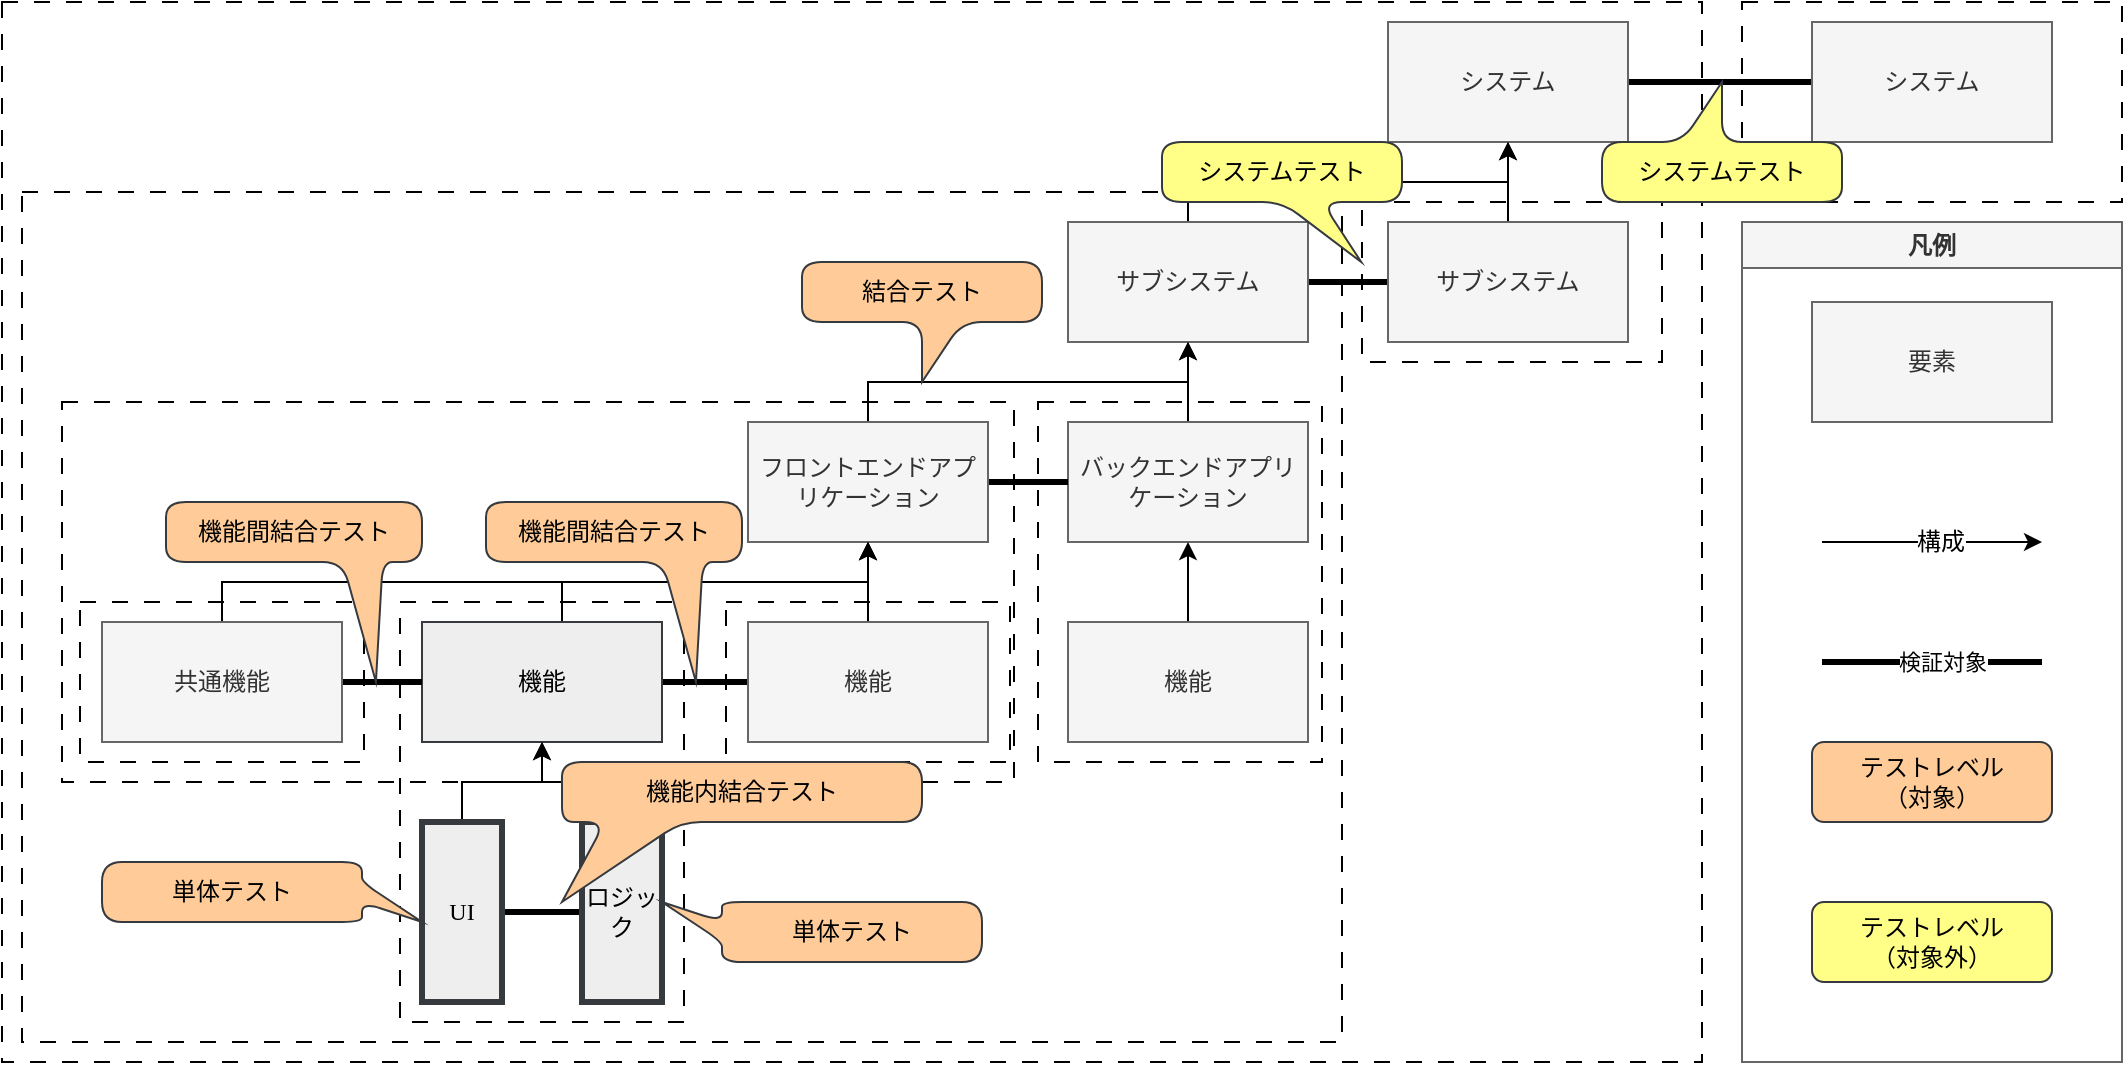
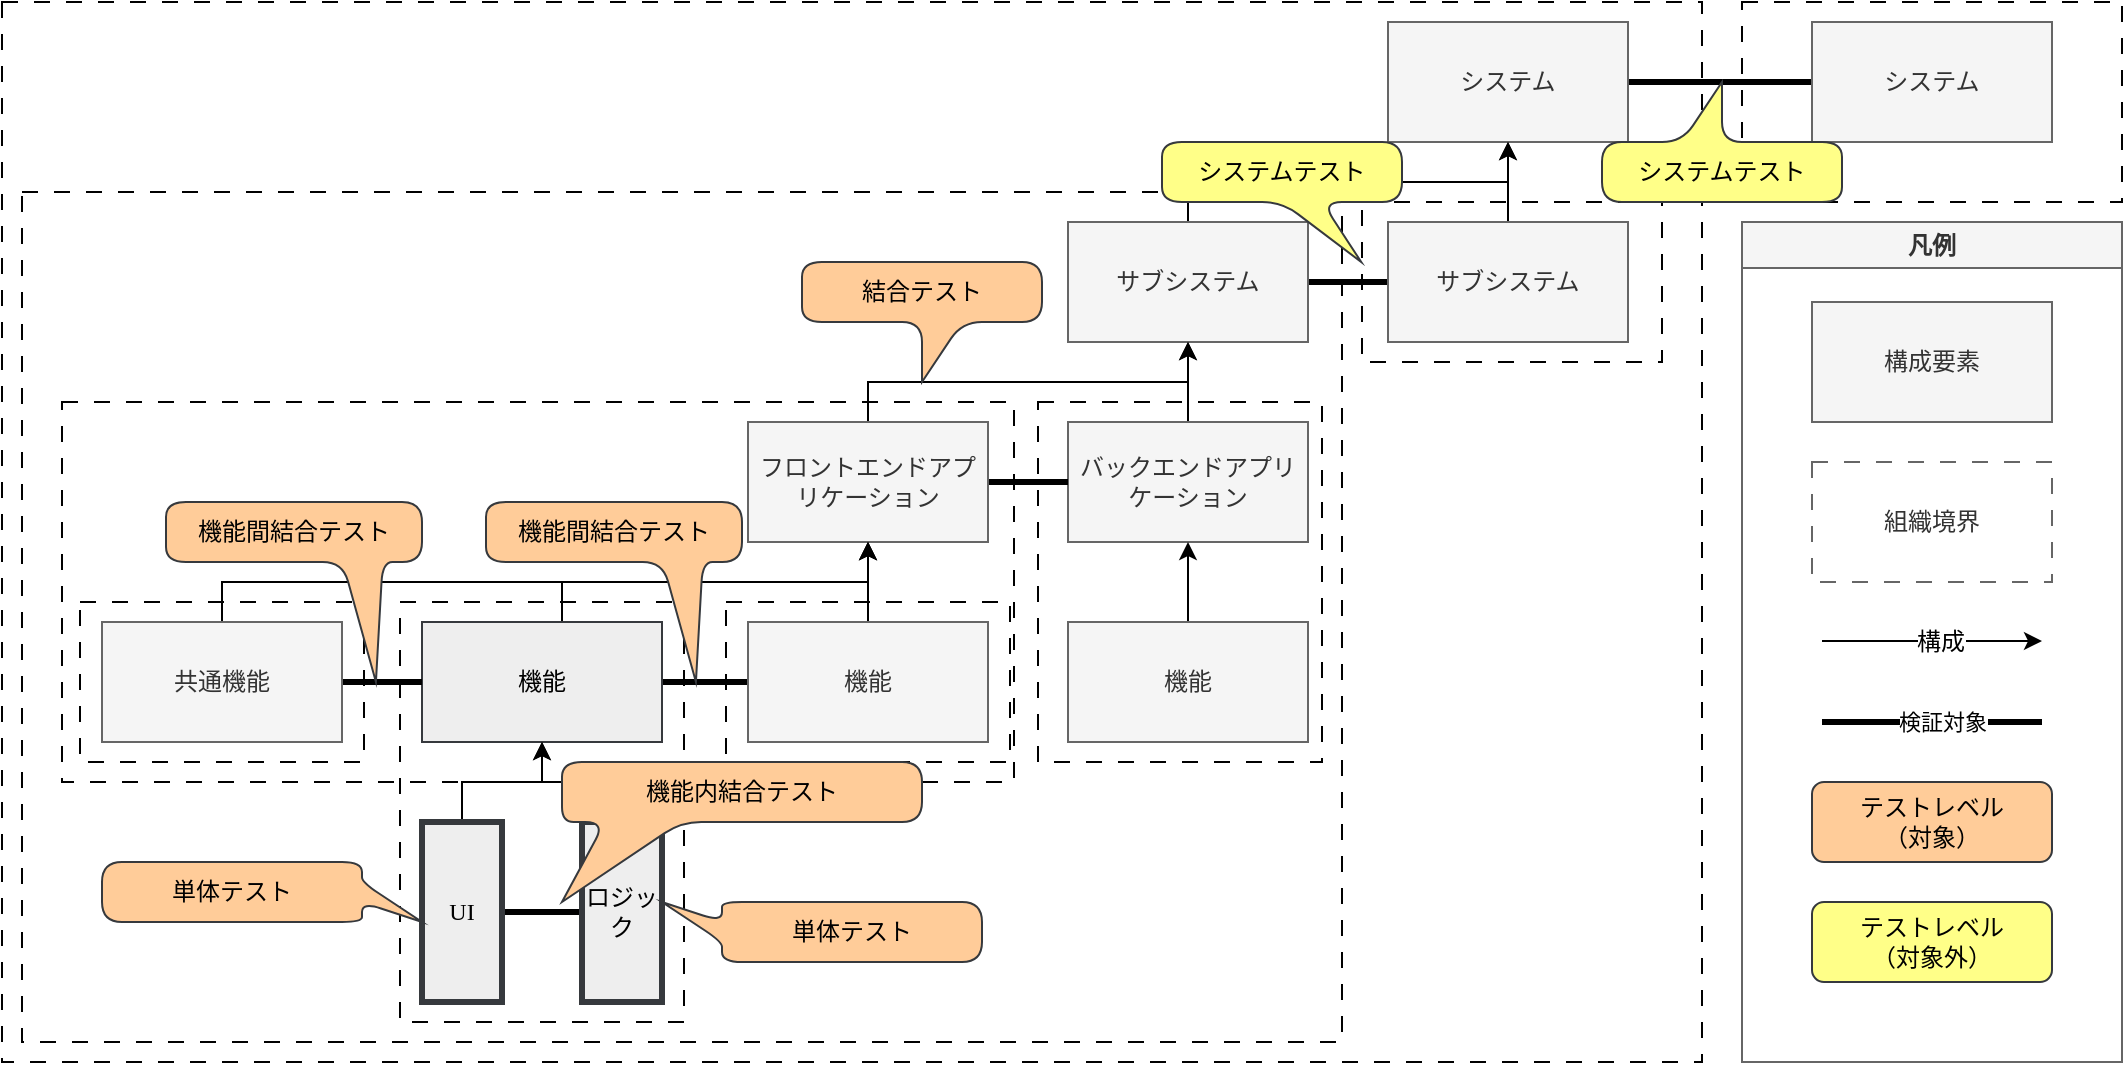
<mxfile host="Electron" agent="Mozilla/5.0 (Windows NT 10.0; Win64; x64) AppleWebKit/537.36 (KHTML, like Gecko) draw.io/29.5.2 Chrome/142.0.7444.265 Electron/39.6.1 Safari/537.36" version="29.5.2">
  <diagram id="9fsTeF4ITkh9o2sTgAOG" name="ページ-2">
    <mxGraphModel dx="2696" dy="722" grid="1" gridSize="10" guides="1" tooltips="1" connect="1" arrows="1" fold="1" page="1" pageScale="1" pageWidth="827" pageHeight="1169" math="0" shadow="0">
      <root>
        <mxCell id="0" />
        <mxCell id="1" parent="0" />
        <mxCell id="c6-5x_IzhyN4YmMmdY-5-36" parent="1" style="rounded=0;whiteSpace=wrap;html=1;dashed=1;dashPattern=8 8;fontFamily=Noto Sans JP;fillColor=none;" value="" vertex="1">
          <mxGeometry height="190" width="476" x="-940" y="270" as="geometry" />
        </mxCell>
        <mxCell id="c6-5x_IzhyN4YmMmdY-5-17" parent="1" style="rounded=0;whiteSpace=wrap;html=1;dashed=1;dashPattern=8 8;fontFamily=Noto Sans JP;fillColor=none;" value="" vertex="1">
          <mxGeometry height="530" width="850" x="-970" y="70" as="geometry" />
        </mxCell>
        <mxCell id="c6-5x_IzhyN4YmMmdY-5-22" parent="1" style="rounded=0;whiteSpace=wrap;html=1;dashed=1;dashPattern=8 8;fontFamily=Noto Sans JP;fillColor=none;" value="" vertex="1">
          <mxGeometry height="425" width="660" x="-960" y="165" as="geometry" />
        </mxCell>
        <mxCell id="c6-5x_IzhyN4YmMmdY-5-35" parent="1" style="rounded=0;whiteSpace=wrap;html=1;dashed=1;dashPattern=8 8;fontFamily=Noto Sans JP;fillColor=none;" value="" vertex="1">
          <mxGeometry height="80" width="142" x="-931" y="370" as="geometry" />
        </mxCell>
        <mxCell id="c6-5x_IzhyN4YmMmdY-5-34" parent="1" style="rounded=0;whiteSpace=wrap;html=1;dashed=1;dashPattern=8 8;fontFamily=Noto Sans JP;fillColor=none;" value="" vertex="1">
          <mxGeometry height="210" width="142" x="-771" y="370" as="geometry" />
        </mxCell>
        <mxCell id="c6-5x_IzhyN4YmMmdY-5-33" parent="1" style="rounded=0;whiteSpace=wrap;html=1;dashed=1;dashPattern=8 8;fontFamily=Noto Sans JP;fillColor=none;" value="" vertex="1">
          <mxGeometry height="80" width="142" x="-608" y="370" as="geometry" />
        </mxCell>
        <mxCell id="c6-5x_IzhyN4YmMmdY-5-32" parent="1" style="rounded=0;whiteSpace=wrap;html=1;dashed=1;dashPattern=8 8;fontFamily=Noto Sans JP;fillColor=none;" value="" vertex="1">
          <mxGeometry height="180" width="142" x="-452" y="270" as="geometry" />
        </mxCell>
        <mxCell id="c6-5x_IzhyN4YmMmdY-5-21" parent="1" style="rounded=0;whiteSpace=wrap;html=1;dashed=1;dashPattern=8 8;fontFamily=Noto Sans JP;fillColor=none;" value="" vertex="1">
          <mxGeometry height="80" width="150" x="-290" y="170" as="geometry" />
        </mxCell>
        <mxCell id="c6-5x_IzhyN4YmMmdY-5-19" parent="1" style="rounded=0;whiteSpace=wrap;html=1;dashed=1;dashPattern=8 8;fontFamily=Noto Sans JP;fillColor=none;" value="" vertex="1">
          <mxGeometry height="100" width="190" x="-100" y="70" as="geometry" />
        </mxCell>
        <mxCell id="c6-5x_IzhyN4YmMmdY-5-42" edge="1" parent="1" source="c6-5x_IzhyN4YmMmdY-5-1" style="edgeStyle=orthogonalEdgeStyle;rounded=0;orthogonalLoop=1;jettySize=auto;html=1;strokeWidth=3;endArrow=none;endFill=0;" target="c6-5x_IzhyN4YmMmdY-5-18">
          <mxGeometry relative="1" as="geometry" />
        </mxCell>
        <mxCell id="c6-5x_IzhyN4YmMmdY-5-1" parent="1" style="rounded=0;whiteSpace=wrap;html=1;fillColor=#f5f5f5;fontColor=#333333;strokeColor=#666666;" value="&lt;font face=&quot;Noto Sans JP&quot;&gt;システム&lt;/font&gt;" vertex="1">
          <mxGeometry height="60" width="120" x="-277" y="80" as="geometry" />
        </mxCell>
        <mxCell id="c6-5x_IzhyN4YmMmdY-5-4" edge="1" parent="1" source="c6-5x_IzhyN4YmMmdY-5-2" style="edgeStyle=orthogonalEdgeStyle;rounded=0;orthogonalLoop=1;jettySize=auto;html=1;exitX=0.5;exitY=0;exitDx=0;exitDy=0;">
          <mxGeometry relative="1" as="geometry">
            <Array as="points">
              <mxPoint x="-377" y="160" />
              <mxPoint x="-217" y="160" />
            </Array>
            <mxPoint x="-317" y="160" as="sourcePoint" />
            <mxPoint x="-217" y="140" as="targetPoint" />
          </mxGeometry>
        </mxCell>
        <mxCell id="c6-5x_IzhyN4YmMmdY-5-38" edge="1" parent="1" source="c6-5x_IzhyN4YmMmdY-5-2" style="edgeStyle=orthogonalEdgeStyle;rounded=0;orthogonalLoop=1;jettySize=auto;html=1;strokeWidth=3;endArrow=none;endFill=0;" target="c6-5x_IzhyN4YmMmdY-5-3">
          <mxGeometry relative="1" as="geometry" />
        </mxCell>
        <mxCell id="c6-5x_IzhyN4YmMmdY-5-2" parent="1" style="rounded=0;whiteSpace=wrap;html=1;fillColor=#f5f5f5;fontColor=#333333;strokeColor=#666666;" value="&lt;font face=&quot;Noto Sans JP&quot;&gt;サブシステム&lt;/font&gt;" vertex="1">
          <mxGeometry height="60" width="120" x="-437" y="180" as="geometry" />
        </mxCell>
        <mxCell id="c6-5x_IzhyN4YmMmdY-5-5" edge="1" parent="1" source="c6-5x_IzhyN4YmMmdY-5-3" style="edgeStyle=orthogonalEdgeStyle;rounded=0;orthogonalLoop=1;jettySize=auto;html=1;">
          <mxGeometry relative="1" as="geometry">
            <mxPoint x="-217" y="140" as="targetPoint" />
          </mxGeometry>
        </mxCell>
        <mxCell id="c6-5x_IzhyN4YmMmdY-5-3" parent="1" style="rounded=0;whiteSpace=wrap;html=1;fillColor=#f5f5f5;fontColor=#333333;strokeColor=#666666;" value="&lt;font face=&quot;Noto Sans JP&quot;&gt;サブシステム&lt;/font&gt;" vertex="1">
          <mxGeometry height="60" width="120" x="-277" y="180" as="geometry" />
        </mxCell>
        <mxCell id="c6-5x_IzhyN4YmMmdY-5-11" edge="1" parent="1" source="c6-5x_IzhyN4YmMmdY-5-6" style="edgeStyle=orthogonalEdgeStyle;rounded=0;orthogonalLoop=1;jettySize=auto;html=1;">
          <mxGeometry relative="1" as="geometry">
            <mxPoint x="-377" y="240" as="targetPoint" />
          </mxGeometry>
        </mxCell>
        <mxCell id="c6-5x_IzhyN4YmMmdY-5-6" parent="1" style="rounded=0;whiteSpace=wrap;html=1;fillColor=#f5f5f5;fontColor=#333333;strokeColor=#666666;" value="&lt;font face=&quot;Noto Sans JP&quot;&gt;バックエンドアプリケーション&lt;/font&gt;" vertex="1">
          <mxGeometry height="60" width="120" x="-437" y="280" as="geometry" />
        </mxCell>
        <mxCell id="c6-5x_IzhyN4YmMmdY-5-10" edge="1" parent="1" source="c6-5x_IzhyN4YmMmdY-5-7" style="edgeStyle=orthogonalEdgeStyle;rounded=0;orthogonalLoop=1;jettySize=auto;html=1;entryX=0.5;entryY=1;entryDx=0;entryDy=0;" target="c6-5x_IzhyN4YmMmdY-5-2">
          <mxGeometry relative="1" as="geometry">
            <Array as="points">
              <mxPoint x="-537" y="260" />
              <mxPoint x="-377" y="260" />
            </Array>
          </mxGeometry>
        </mxCell>
        <mxCell id="c6-5x_IzhyN4YmMmdY-5-39" edge="1" parent="1" source="c6-5x_IzhyN4YmMmdY-5-7" style="edgeStyle=orthogonalEdgeStyle;rounded=0;orthogonalLoop=1;jettySize=auto;html=1;strokeWidth=3;endArrow=none;endFill=0;" target="c6-5x_IzhyN4YmMmdY-5-6">
          <mxGeometry relative="1" as="geometry" />
        </mxCell>
        <mxCell id="c6-5x_IzhyN4YmMmdY-5-7" parent="1" style="rounded=0;whiteSpace=wrap;html=1;fillColor=#f5f5f5;fontColor=#333333;strokeColor=#666666;" value="&lt;font face=&quot;Noto Sans JP&quot;&gt;フロントエンドアプリケーション&lt;/font&gt;" vertex="1">
          <mxGeometry height="60" width="120" x="-597" y="280" as="geometry" />
        </mxCell>
        <mxCell id="c6-5x_IzhyN4YmMmdY-5-24" edge="1" parent="1" source="c6-5x_IzhyN4YmMmdY-5-8" style="edgeStyle=orthogonalEdgeStyle;rounded=0;orthogonalLoop=1;jettySize=auto;html=1;exitX=0.5;exitY=0;exitDx=0;exitDy=0;">
          <mxGeometry relative="1" as="geometry">
            <Array as="points">
              <mxPoint x="-690" y="360" />
              <mxPoint x="-537" y="360" />
            </Array>
            <mxPoint x="-630" y="360" as="sourcePoint" />
            <mxPoint x="-537" y="340" as="targetPoint" />
          </mxGeometry>
        </mxCell>
        <mxCell id="c6-5x_IzhyN4YmMmdY-5-40" edge="1" parent="1" source="c6-5x_IzhyN4YmMmdY-5-8" style="edgeStyle=orthogonalEdgeStyle;rounded=0;orthogonalLoop=1;jettySize=auto;html=1;endArrow=none;endFill=0;strokeWidth=3;" target="c6-5x_IzhyN4YmMmdY-5-9">
          <mxGeometry relative="1" as="geometry" />
        </mxCell>
        <mxCell id="c6-5x_IzhyN4YmMmdY-5-8" parent="1" style="rounded=0;whiteSpace=wrap;html=1;fillColor=#eeeeee;strokeColor=#36393d;strokeWidth=1;" value="&lt;font face=&quot;Noto Sans JP&quot;&gt;機能&lt;/font&gt;" vertex="1">
          <mxGeometry height="60" width="120" x="-760" y="380" as="geometry" />
        </mxCell>
        <mxCell id="c6-5x_IzhyN4YmMmdY-5-23" edge="1" parent="1" source="c6-5x_IzhyN4YmMmdY-5-9" style="edgeStyle=orthogonalEdgeStyle;rounded=0;orthogonalLoop=1;jettySize=auto;html=1;entryX=0.5;entryY=1;entryDx=0;entryDy=0;" target="c6-5x_IzhyN4YmMmdY-5-7">
          <mxGeometry relative="1" as="geometry" />
        </mxCell>
        <mxCell id="c6-5x_IzhyN4YmMmdY-5-9" parent="1" style="rounded=0;whiteSpace=wrap;html=1;fillColor=#f5f5f5;fontColor=#333333;strokeColor=#666666;" value="&lt;font face=&quot;Noto Sans JP&quot;&gt;機能&lt;/font&gt;" vertex="1">
          <mxGeometry height="60" width="120" x="-597" y="380" as="geometry" />
        </mxCell>
        <mxCell id="c6-5x_IzhyN4YmMmdY-5-25" edge="1" parent="1" source="c6-5x_IzhyN4YmMmdY-5-12" style="edgeStyle=orthogonalEdgeStyle;rounded=0;orthogonalLoop=1;jettySize=auto;html=1;entryX=0.5;entryY=1;entryDx=0;entryDy=0;exitX=0.5;exitY=0;exitDx=0;exitDy=0;" target="c6-5x_IzhyN4YmMmdY-5-7">
          <mxGeometry relative="1" as="geometry">
            <Array as="points">
              <mxPoint x="-860" y="360" />
              <mxPoint x="-537" y="360" />
            </Array>
          </mxGeometry>
        </mxCell>
        <mxCell id="c6-5x_IzhyN4YmMmdY-5-41" edge="1" parent="1" source="c6-5x_IzhyN4YmMmdY-5-12" style="edgeStyle=orthogonalEdgeStyle;rounded=0;orthogonalLoop=1;jettySize=auto;html=1;strokeWidth=3;endArrow=none;endFill=0;" target="c6-5x_IzhyN4YmMmdY-5-8">
          <mxGeometry relative="1" as="geometry" />
        </mxCell>
        <mxCell id="c6-5x_IzhyN4YmMmdY-5-12" parent="1" style="rounded=0;whiteSpace=wrap;html=1;fillColor=#f5f5f5;fontColor=#333333;strokeColor=#666666;" value="&lt;font face=&quot;Noto Sans JP&quot;&gt;共通機能&lt;/font&gt;" vertex="1">
          <mxGeometry height="60" width="120" x="-920" y="380" as="geometry" />
        </mxCell>
        <mxCell id="c6-5x_IzhyN4YmMmdY-5-18" parent="1" style="rounded=0;whiteSpace=wrap;html=1;fillColor=#f5f5f5;fontColor=#333333;strokeColor=#666666;" value="&lt;font face=&quot;Noto Sans JP&quot;&gt;システム&lt;/font&gt;" vertex="1">
          <mxGeometry height="60" width="120" x="-65" y="80" as="geometry" />
        </mxCell>
        <mxCell id="c6-5x_IzhyN4YmMmdY-5-27" edge="1" parent="1" source="c6-5x_IzhyN4YmMmdY-5-26" style="edgeStyle=orthogonalEdgeStyle;rounded=0;orthogonalLoop=1;jettySize=auto;html=1;entryX=0.5;entryY=1;entryDx=0;entryDy=0;" target="c6-5x_IzhyN4YmMmdY-5-6">
          <mxGeometry relative="1" as="geometry" />
        </mxCell>
        <mxCell id="c6-5x_IzhyN4YmMmdY-5-26" parent="1" style="rounded=0;whiteSpace=wrap;html=1;fillColor=#f5f5f5;fontColor=#333333;strokeColor=#666666;" value="&lt;font face=&quot;Noto Sans JP&quot;&gt;機能&lt;/font&gt;" vertex="1">
          <mxGeometry height="60" width="120" x="-437" y="380" as="geometry" />
        </mxCell>
        <mxCell id="c6-5x_IzhyN4YmMmdY-5-44" parent="1" style="shape=callout;whiteSpace=wrap;html=1;perimeter=calloutPerimeter;fillColor=#ffcc99;strokeColor=#36393d;fontFamily=Noto Sans JP;rounded=1;" value="結合テスト" vertex="1">
          <mxGeometry height="60" width="120" x="-570" y="200" as="geometry" />
        </mxCell>
        <mxCell id="c6-5x_IzhyN4YmMmdY-5-46" parent="1" style="shape=callout;whiteSpace=wrap;html=1;perimeter=calloutPerimeter;fillColor=#ffcc99;strokeColor=#36393d;fontFamily=Noto Sans JP;position2=0.82;base=20;size=60;position=0.69;rounded=1;" value="機能間結合テスト" vertex="1">
          <mxGeometry height="90" width="128" x="-728" y="320" as="geometry" />
        </mxCell>
        <mxCell id="c6-5x_IzhyN4YmMmdY-5-52" edge="1" parent="1" source="c6-5x_IzhyN4YmMmdY-5-47" style="edgeStyle=orthogonalEdgeStyle;rounded=0;orthogonalLoop=1;jettySize=auto;html=1;strokeWidth=3;endArrow=none;endFill=0;" target="c6-5x_IzhyN4YmMmdY-5-48">
          <mxGeometry relative="1" as="geometry" />
        </mxCell>
        <mxCell id="c6-5x_IzhyN4YmMmdY-5-58" edge="1" parent="1" source="c6-5x_IzhyN4YmMmdY-5-47" style="edgeStyle=orthogonalEdgeStyle;rounded=0;orthogonalLoop=1;jettySize=auto;html=1;entryX=0.5;entryY=1;entryDx=0;entryDy=0;" target="c6-5x_IzhyN4YmMmdY-5-8">
          <mxGeometry relative="1" as="geometry" />
        </mxCell>
        <mxCell id="c6-5x_IzhyN4YmMmdY-5-47" parent="1" style="rounded=0;whiteSpace=wrap;html=1;fillColor=#eeeeee;strokeColor=#36393d;strokeWidth=3;" value="&lt;font face=&quot;Noto Sans JP&quot;&gt;UI&lt;/font&gt;" vertex="1">
          <mxGeometry height="90" width="40" x="-760" y="480" as="geometry" />
        </mxCell>
        <mxCell id="c6-5x_IzhyN4YmMmdY-5-59" edge="1" parent="1" source="c6-5x_IzhyN4YmMmdY-5-48" style="edgeStyle=orthogonalEdgeStyle;rounded=0;orthogonalLoop=1;jettySize=auto;html=1;entryX=0.5;entryY=1;entryDx=0;entryDy=0;" target="c6-5x_IzhyN4YmMmdY-5-8">
          <mxGeometry relative="1" as="geometry" />
        </mxCell>
        <mxCell id="c6-5x_IzhyN4YmMmdY-5-48" parent="1" style="rounded=0;whiteSpace=wrap;html=1;fillColor=#eeeeee;strokeColor=#36393d;strokeWidth=3;arcSize=45;" value="&lt;font face=&quot;Noto Sans JP&quot;&gt;ロジック&lt;/font&gt;" vertex="1">
          <mxGeometry height="90" width="40" x="-680" y="480" as="geometry" />
        </mxCell>
        <mxCell id="c6-5x_IzhyN4YmMmdY-5-57" parent="1" style="shape=callout;whiteSpace=wrap;html=1;perimeter=calloutPerimeter;fillColor=#ffcc99;strokeColor=#36393d;fontFamily=Noto Sans JP;position2=0.82;base=20;size=60;position=0.69;rounded=1;" value="機能間結合テスト" vertex="1">
          <mxGeometry height="90" width="128" x="-888" y="320" as="geometry" />
        </mxCell>
        <mxCell id="c6-5x_IzhyN4YmMmdY-5-45" parent="1" style="shape=callout;whiteSpace=wrap;html=1;perimeter=calloutPerimeter;fillColor=#ffcc99;strokeColor=#36393d;fontFamily=Noto Sans JP;position2=0;size=40;position=0.12;base=38;rounded=1;" value="機能内結合テスト" vertex="1">
          <mxGeometry height="70" width="180" x="-690" y="450" as="geometry" />
        </mxCell>
        <mxCell id="c6-5x_IzhyN4YmMmdY-5-60" parent="1" style="shape=callout;whiteSpace=wrap;html=1;perimeter=calloutPerimeter;fillColor=#ffcc99;strokeColor=#36393d;fontFamily=Noto Sans JP;position2=0;size=30;position=0.33;base=10;direction=south;rounded=1;" value="単体テスト" vertex="1">
          <mxGeometry height="30" width="160" x="-640" y="520" as="geometry" />
        </mxCell>
        <mxCell id="c6-5x_IzhyN4YmMmdY-5-61" parent="1" style="shape=callout;whiteSpace=wrap;html=1;perimeter=calloutPerimeter;fillColor=#ffcc99;strokeColor=#36393d;fontFamily=Noto Sans JP;position2=0;size=30;position=0.33;base=10;direction=north;rounded=1;" value="単体テスト" vertex="1">
          <mxGeometry height="30" width="160" x="-920" y="500" as="geometry" />
        </mxCell>
        <mxCell id="c6-5x_IzhyN4YmMmdY-5-62" parent="1" style="swimlane;whiteSpace=wrap;html=1;fillColor=#f5f5f5;fontColor=#333333;strokeColor=#666666;startSize=23;" value="凡例" vertex="1">
          <mxGeometry height="420" width="190" x="-100" y="180" as="geometry" />
        </mxCell>
-         <mxCell id="c6-5x_IzhyN4YmMmdY-5-72" parent="c6-5x_IzhyN4YmMmdY-5-62" style="rounded=0;whiteSpace=wrap;html=1;fillColor=#f5f5f5;fontColor=#333333;strokeColor=#666666;" value="&lt;font face=&quot;Noto Sans JP&quot;&gt;要素&lt;/font&gt;" vertex="1">
+         <mxCell id="c6-5x_IzhyN4YmMmdY-5-72" parent="c6-5x_IzhyN4YmMmdY-5-62" style="rounded=0;whiteSpace=wrap;html=1;fillColor=#f5f5f5;fontColor=#333333;strokeColor=#666666;" value="&lt;font face=&quot;Noto Sans JP&quot;&gt;構成要素&lt;/font&gt;" vertex="1">
          <mxGeometry height="60" width="120" x="35" y="40" as="geometry" />
        </mxCell>
        <mxCell id="c6-5x_IzhyN4YmMmdY-5-76" edge="1" parent="c6-5x_IzhyN4YmMmdY-5-62" style="endArrow=classic;html=1;rounded=0;" value="">
          <mxGeometry height="50" relative="1" width="50" as="geometry">
-             <mxPoint x="40" y="160" as="sourcePoint" />
-             <mxPoint x="150" y="160" as="targetPoint" />
+             <mxPoint x="40" y="209.5" as="sourcePoint" />
+             <mxPoint x="150" y="209.5" as="targetPoint" />
          </mxGeometry>
        </mxCell>
        <mxCell id="c6-5x_IzhyN4YmMmdY-5-77" connectable="0" parent="c6-5x_IzhyN4YmMmdY-5-76" style="edgeLabel;html=1;align=center;verticalAlign=middle;resizable=0;points=[];" value="&lt;font face=&quot;Noto Sans JP&quot; style=&quot;font-size: 12px;&quot;&gt;構成&lt;/font&gt;" vertex="1">
          <mxGeometry relative="1" x="0.0655" as="geometry">
            <mxPoint as="offset" />
          </mxGeometry>
        </mxCell>
        <mxCell id="c6-5x_IzhyN4YmMmdY-5-78" edge="1" parent="c6-5x_IzhyN4YmMmdY-5-62" style="endArrow=none;html=1;rounded=0;strokeWidth=3;endFill=0;" value="">
          <mxGeometry height="50" relative="1" width="50" as="geometry">
-             <mxPoint x="40" y="220" as="sourcePoint" />
-             <mxPoint x="150" y="220" as="targetPoint" />
+             <mxPoint x="40" y="250" as="sourcePoint" />
+             <mxPoint x="150" y="250" as="targetPoint" />
          </mxGeometry>
        </mxCell>
        <mxCell id="c6-5x_IzhyN4YmMmdY-5-87" connectable="0" parent="c6-5x_IzhyN4YmMmdY-5-78" style="edgeLabel;html=1;align=center;verticalAlign=middle;resizable=0;points=[];" value="検証対象" vertex="1">
          <mxGeometry relative="1" x="0.0836" as="geometry">
            <mxPoint as="offset" />
          </mxGeometry>
        </mxCell>
        <mxCell id="c6-5x_IzhyN4YmMmdY-5-91" parent="c6-5x_IzhyN4YmMmdY-5-62" style="rounded=1;whiteSpace=wrap;html=1;fillColor=#ffcc99;strokeColor=#36393d;" value="&lt;font face=&quot;Noto Sans JP&quot;&gt;テストレベル&lt;/font&gt;&lt;div&gt;&lt;font face=&quot;Noto Sans JP&quot;&gt;（対象）&lt;/font&gt;&lt;/div&gt;" vertex="1">
-           <mxGeometry height="40" width="120" x="35" y="260" as="geometry" />
+           <mxGeometry height="40" width="120" x="35" y="280" as="geometry" />
        </mxCell>
        <mxCell id="xkOtlGoBzRUvYcqic4gI-2" parent="c6-5x_IzhyN4YmMmdY-5-62" style="rounded=1;whiteSpace=wrap;html=1;fillColor=#ffff88;strokeColor=#36393d;" value="&lt;font face=&quot;Noto Sans JP&quot;&gt;テストレベル&lt;/font&gt;&lt;div&gt;&lt;font face=&quot;Noto Sans JP&quot;&gt;（対象外）&lt;/font&gt;&lt;/div&gt;" vertex="1">
          <mxGeometry height="40" width="120" x="35" y="340" as="geometry" />
+         </mxCell>
+         <mxCell id="Sq-1xiTbuLH5wx9NoAvn-2" parent="c6-5x_IzhyN4YmMmdY-5-62" style="rounded=0;whiteSpace=wrap;html=1;fillColor=none;fontColor=#333333;strokeColor=#666666;dashed=1;dashPattern=8 8;" value="&lt;font face=&quot;Noto Sans JP&quot;&gt;組織境界&lt;/font&gt;" vertex="1">
+           <mxGeometry height="60" width="120" x="35" y="120" as="geometry" />
        </mxCell>
        <mxCell id="xkOtlGoBzRUvYcqic4gI-3" parent="1" style="shape=callout;whiteSpace=wrap;html=1;perimeter=calloutPerimeter;fillColor=#ffff88;strokeColor=#36393d;fontFamily=Noto Sans JP;rounded=1;position2=0.83;" value="システムテスト" vertex="1">
          <mxGeometry height="60" width="120" x="-390" y="140" as="geometry" />
        </mxCell>
        <mxCell id="xkOtlGoBzRUvYcqic4gI-4" parent="1" style="shape=callout;whiteSpace=wrap;html=1;perimeter=calloutPerimeter;fillColor=#ffff88;strokeColor=#36393d;fontFamily=Noto Sans JP;rounded=1;position2=0.5;direction=west;" value="システムテスト" vertex="1">
          <mxGeometry height="60" width="120" x="-170" y="110" as="geometry" />
        </mxCell>
      </root>
    </mxGraphModel>
  </diagram>
</mxfile>
